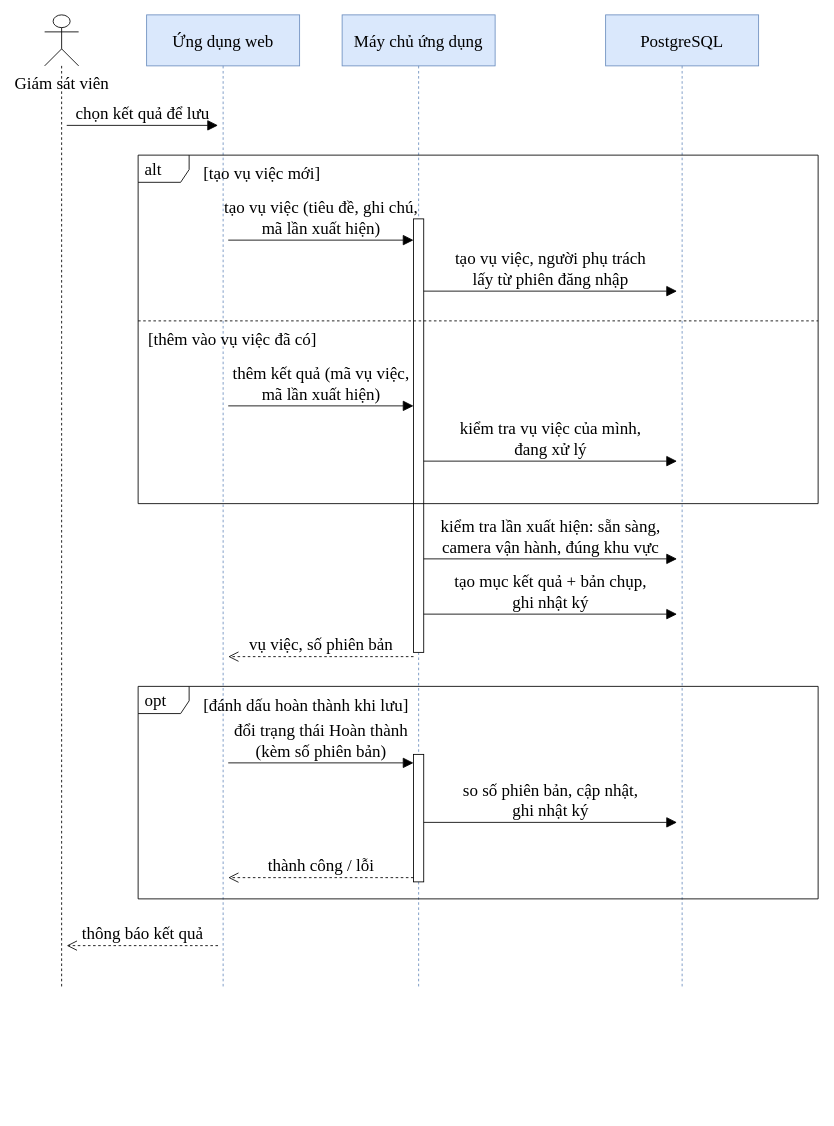
Earlier version of the draw.io diagram report/thesis/figures/H5-tuan-tu-vu-viec.drawio (huy-nguyencong/capstone_project_new). Source tidied: cells renumbered, new cells numbered last; positions are measured from the earlier drawing's top-left corner, leaving out a move shared by most shapes. Both pictures are drawn from the tidied source at 85%, with x=0, y=0 at pixel (44, 14).
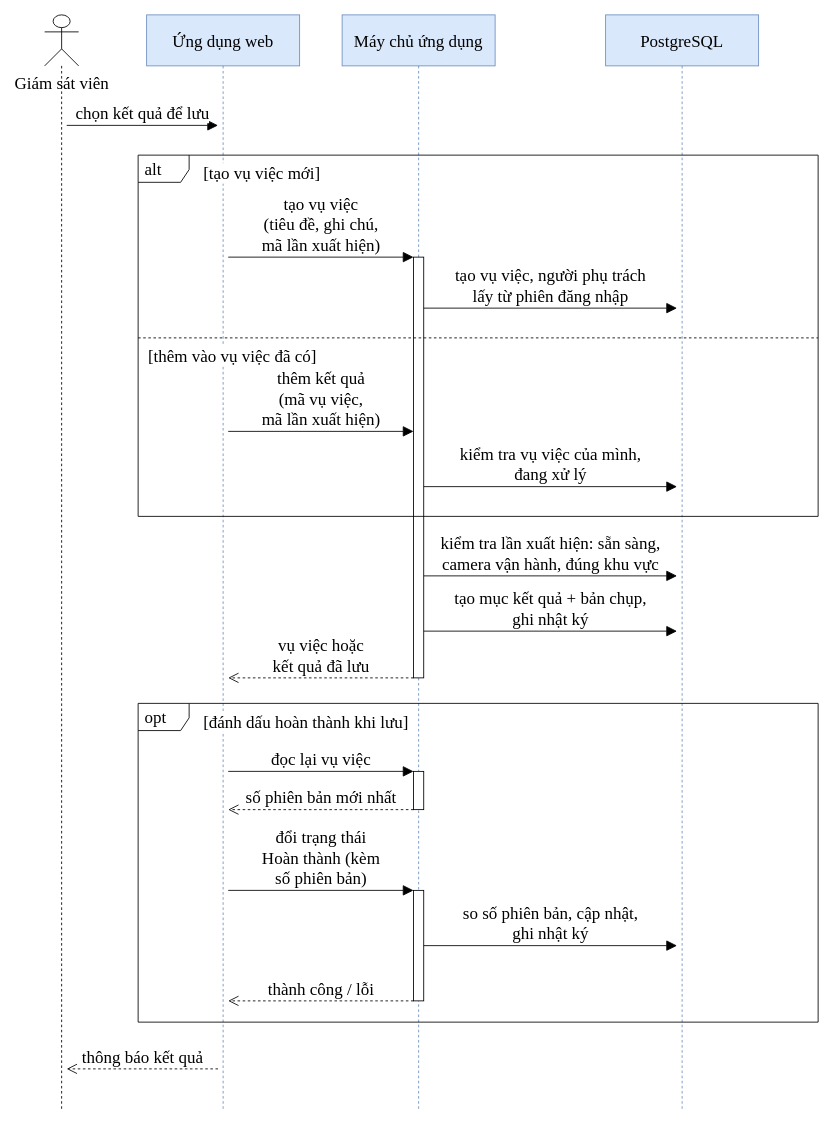
Above is the later version.

Diff of the diagram source:
```diff
@@
     <mxCell id="2" value="Giám sát viên" style="shape=umlLifeline;participant=umlActor;perimeter=lifelinePerimeter;html=1;verticalAlign=top;spacingTop=62;whiteSpace=nowrap;size=60;fontFamily=Times New Roman;fontSize=20;" parent="1" vertex="1">
-      <mxGeometry width="40" height="1145" as="geometry" />
+      <mxGeometry width="40" height="1290" as="geometry" />
     </mxCell>
     <mxCell id="3" value="Ứng dụng web" style="shape=umlLifeline;perimeter=lifelinePerimeter;whiteSpace=wrap;html=1;fillColor=#DAE8FC;strokeColor=#6C8EBF;size=60;fontFamily=Times New Roman;fontSize=20;" parent="1" vertex="1">
-      <mxGeometry x="120" width="180" height="1145" as="geometry" />
+      <mxGeometry x="120" width="180" height="1290" as="geometry" />
     </mxCell>
     <mxCell id="4" value="Máy chủ ứng dụng" style="shape=umlLifeline;perimeter=lifelinePerimeter;whiteSpace=wrap;html=1;fillColor=#DAE8FC;strokeColor=#6C8EBF;size=60;fontFamily=Times New Roman;fontSize=20;" parent="1" vertex="1">
-      <mxGeometry x="350" width="180" height="1145" as="geometry" />
+      <mxGeometry x="350" width="180" height="1290" as="geometry" />
     </mxCell>
     <mxCell id="5" value="PostgreSQL" style="shape=umlLifeline;perimeter=lifelinePerimeter;whiteSpace=wrap;html=1;fillColor=#DAE8FC;strokeColor=#6C8EBF;size=60;fontFamily=Times New Roman;fontSize=20;" parent="1" vertex="1">
-      <mxGeometry x="660" width="180" height="1145" as="geometry" />
+      <mxGeometry x="660" width="180" height="1290" as="geometry" />
     </mxCell>
     <mxCell id="6" style="html=1;perimeter=orthogonalPerimeter;fillColor=#ffffff;fontFamily=Times New Roman;fontSize=20;" parent="1" vertex="1">
-      <mxGeometry x="434" y="240" width="12" height="510" as="geometry" />
+      <mxGeometry x="434" y="285" width="12" height="495" as="geometry" />
     </mxCell>
     <mxCell id="7" style="html=1;perimeter=orthogonalPerimeter;fillColor=#ffffff;fontFamily=Times New Roman;fontSize=20;" parent="1" vertex="1">
-      <mxGeometry x="434" y="870" width="12" height="150" as="geometry" />
+      <mxGeometry x="434" y="890" width="12" height="45" as="geometry" />
     </mxCell>
+    <mxCell id="26" style="html=1;perimeter=orthogonalPerimeter;fillColor=#ffffff;fontFamily=Times New Roman;fontSize=20;" parent="1" vertex="1">
+      <mxGeometry x="434" y="1030" width="12" height="130" as="geometry" />
+    </mxCell>
-    <mxCell id="8" value="chọn kết quả để lưu" style="html=1;verticalAlign=bottom;labelBackgroundColor=none;rounded=0;endArrow=block;endFill=1;endSize=10;fontFamily=Times New Roman;fontSize=20;" parent="1" edge="1">
+    <mxCell id="8" value="chọn kết quả để lưu" style="html=1;verticalAlign=bottom;labelBackgroundColor=#ffffff;rounded=0;endArrow=block;endFill=1;endSize=10;fontFamily=Times New Roman;fontSize=20;" parent="1" edge="1">
       <mxGeometry relative="1" as="geometry">
         <mxPoint x="26" y="130" as="sourcePoint" />
         <mxPoint x="204" y="130" as="targetPoint" />
       </mxGeometry>
     </mxCell>
     <mxCell id="9" value="alt" style="shape=umlFrame;whiteSpace=wrap;html=1;width=60;height=32;boundedLbl=1;verticalAlign=middle;align=left;spacingLeft=6;fillColor=none;fontFamily=Times New Roman;fontSize=20;" parent="1" vertex="1">
-      <mxGeometry x="110" y="165" width="800" height="410" as="geometry" />
+      <mxGeometry x="110" y="165" width="800" height="425" as="geometry" />
     </mxCell>
-    <mxCell id="10" value="[tạo vụ việc mới]" style="text;html=1;align=left;verticalAlign=top;fontFamily=Times New Roman;fontSize=20;" parent="1" vertex="1">
+    <mxCell id="10" value="[tạo vụ việc mới]" style="text;html=1;align=left;verticalAlign=top;labelBackgroundColor=#ffffff;fontFamily=Times New Roman;fontSize=20;" parent="1" vertex="1">
       <mxGeometry x="185" y="168" width="330" height="32" as="geometry" />
     </mxCell>
-    <mxCell id="11" value="tạo vụ việc (tiêu đề, ghi chú,&lt;br&gt;mã lần xuất hiện)" style="html=1;verticalAlign=bottom;labelBackgroundColor=none;rounded=0;endArrow=block;endFill=1;endSize=10;fontFamily=Times New Roman;fontSize=20;" parent="1" edge="1">
+    <mxCell id="11" value="tạo vụ việc&lt;br&gt;(tiêu đề, ghi chú,&lt;br&gt;mã lần xuất hiện)" style="html=1;verticalAlign=bottom;labelBackgroundColor=#ffffff;rounded=0;endArrow=block;endFill=1;endSize=10;fontFamily=Times New Roman;fontSize=20;" parent="1" edge="1">
       <mxGeometry relative="1" as="geometry">
-        <mxPoint x="216" y="265" as="sourcePoint" />
-        <mxPoint x="434" y="265" as="targetPoint" />
+        <mxPoint x="216" y="285" as="sourcePoint" />
+        <mxPoint x="434" y="285" as="targetPoint" />
       </mxGeometry>
     </mxCell>
-    <mxCell id="12" value="tạo vụ việc, người phụ trách&lt;br&gt;lấy từ phiên đăng nhập" style="html=1;verticalAlign=bottom;labelBackgroundColor=none;rounded=0;endArrow=block;endFill=1;endSize=10;fontFamily=Times New Roman;fontSize=20;" parent="1" edge="1">
+    <mxCell id="12" value="tạo vụ việc, người phụ trách&lt;br&gt;lấy từ phiên đăng nhập" style="html=1;verticalAlign=bottom;labelBackgroundColor=#ffffff;rounded=0;endArrow=block;endFill=1;endSize=10;fontFamily=Times New Roman;fontSize=20;" parent="1" edge="1">
       <mxGeometry relative="1" as="geometry">
-        <mxPoint x="446" y="325" as="sourcePoint" />
-        <mxPoint x="744" y="325" as="targetPoint" />
+        <mxPoint x="446" y="345" as="sourcePoint" />
+        <mxPoint x="744" y="345" as="targetPoint" />
       </mxGeometry>
     </mxCell>
     <mxCell id="13" style="endArrow=none;dashed=1;html=1;rounded=0;fontFamily=Times New Roman;fontSize=20;" parent="1" edge="1">
       <mxGeometry relative="1" as="geometry">
-        <mxPoint x="110" y="360" as="sourcePoint" />
-        <mxPoint x="910" y="360" as="targetPoint" />
+        <mxPoint x="110" y="380" as="sourcePoint" />
+        <mxPoint x="910" y="380" as="targetPoint" />
       </mxGeometry>
     </mxCell>
-    <mxCell id="14" value="[thêm vào vụ việc đã có]" style="text;html=1;align=left;verticalAlign=top;fontFamily=Times New Roman;fontSize=20;" parent="1" vertex="1">
-      <mxGeometry x="120" y="363" width="330" height="32" as="geometry" />
+    <mxCell id="14" value="[thêm vào vụ việc đã có]" style="text;html=1;align=left;verticalAlign=top;labelBackgroundColor=#ffffff;fontFamily=Times New Roman;fontSize=20;" parent="1" vertex="1">
+      <mxGeometry x="120" y="383" width="330" height="32" as="geometry" />
     </mxCell>
-    <mxCell id="15" value="thêm kết quả (mã vụ việc,&lt;br&gt;mã lần xuất hiện)" style="html=1;verticalAlign=bottom;labelBackgroundColor=none;rounded=0;endArrow=block;endFill=1;endSize=10;fontFamily=Times New Roman;fontSize=20;" parent="1" edge="1">
+    <mxCell id="15" value="thêm kết quả&lt;br&gt;(mã vụ việc,&lt;br&gt;mã lần xuất hiện)" style="html=1;verticalAlign=bottom;labelBackgroundColor=#ffffff;rounded=0;endArrow=block;endFill=1;endSize=10;fontFamily=Times New Roman;fontSize=20;" parent="1" edge="1">
       <mxGeometry relative="1" as="geometry">
-        <mxPoint x="216" y="460" as="sourcePoint" />
-        <mxPoint x="434" y="460" as="targetPoint" />
+        <mxPoint x="216" y="490" as="sourcePoint" />
+        <mxPoint x="434" y="490" as="targetPoint" />
       </mxGeometry>
     </mxCell>
-    <mxCell id="16" value="kiểm tra vụ việc của mình,&lt;br&gt;đang xử lý" style="html=1;verticalAlign=bottom;labelBackgroundColor=none;rounded=0;endArrow=block;endFill=1;endSize=10;fontFamily=Times New Roman;fontSize=20;" parent="1" edge="1">
+    <mxCell id="16" value="kiểm tra vụ việc của mình,&lt;br&gt;đang xử lý" style="html=1;verticalAlign=bottom;labelBackgroundColor=#ffffff;rounded=0;endArrow=block;endFill=1;endSize=10;fontFamily=Times New Roman;fontSize=20;" parent="1" edge="1">
       <mxGeometry relative="1" as="geometry">
-        <mxPoint x="446" y="525" as="sourcePoint" />
-        <mxPoint x="744" y="525" as="targetPoint" />
+        <mxPoint x="446" y="555" as="sourcePoint" />
+        <mxPoint x="744" y="555" as="targetPoint" />
       </mxGeometry>
     </mxCell>
-    <mxCell id="17" value="kiểm tra lần xuất hiện: sẵn sàng,&lt;br&gt;camera vận hành, đúng khu vực" style="html=1;verticalAlign=bottom;labelBackgroundColor=none;rounded=0;endArrow=block;endFill=1;endSize=10;fontFamily=Times New Roman;fontSize=20;" parent="1" edge="1">
+    <mxCell id="17" value="kiểm tra lần xuất hiện: sẵn sàng,&lt;br&gt;camera vận hành, đúng khu vực" style="html=1;verticalAlign=bottom;labelBackgroundColor=#ffffff;rounded=0;endArrow=block;endFill=1;endSize=10;fontFamily=Times New Roman;fontSize=20;" parent="1" edge="1">
       <mxGeometry relative="1" as="geometry">
-        <mxPoint x="446" y="640" as="sourcePoint" />
-        <mxPoint x="744" y="640" as="targetPoint" />
+        <mxPoint x="446" y="660" as="sourcePoint" />
+        <mxPoint x="744" y="660" as="targetPoint" />
       </mxGeometry>
     </mxCell>
-    <mxCell id="18" value="tạo mục kết quả + bản chụp,&lt;br&gt;ghi nhật ký" style="html=1;verticalAlign=bottom;labelBackgroundColor=none;rounded=0;endArrow=block;endFill=1;endSize=10;fontFamily=Times New Roman;fontSize=20;" parent="1" edge="1">
+    <mxCell id="18" value="tạo mục kết quả + bản chụp,&lt;br&gt;ghi nhật ký" style="html=1;verticalAlign=bottom;labelBackgroundColor=#ffffff;rounded=0;endArrow=block;endFill=1;endSize=10;fontFamily=Times New Roman;fontSize=20;" parent="1" edge="1">
       <mxGeometry relative="1" as="geometry">
-        <mxPoint x="446" y="705" as="sourcePoint" />
-        <mxPoint x="744" y="705" as="targetPoint" />
+        <mxPoint x="446" y="725" as="sourcePoint" />
+        <mxPoint x="744" y="725" as="targetPoint" />
       </mxGeometry>
     </mxCell>
-    <mxCell id="19" value="vụ việc, số phiên bản" style="html=1;verticalAlign=bottom;labelBackgroundColor=none;rounded=0;dashed=1;endArrow=open;endSize=10;fontFamily=Times New Roman;fontSize=20;" parent="1" edge="1">
+    <mxCell id="19" value="vụ việc hoặc&lt;br&gt;kết quả đã lưu" style="html=1;verticalAlign=bottom;labelBackgroundColor=#ffffff;rounded=0;dashed=1;endArrow=open;endSize=10;fontFamily=Times New Roman;fontSize=20;" parent="1" edge="1">
       <mxGeometry relative="1" as="geometry">
-        <mxPoint x="434" y="755" as="sourcePoint" />
-        <mxPoint x="216" y="755" as="targetPoint" />
+        <mxPoint x="434" y="780" as="sourcePoint" />
+        <mxPoint x="216" y="780" as="targetPoint" />
       </mxGeometry>
     </mxCell>
     <mxCell id="20" value="opt" style="shape=umlFrame;whiteSpace=wrap;html=1;width=60;height=32;boundedLbl=1;verticalAlign=middle;align=left;spacingLeft=6;fillColor=none;fontFamily=Times New Roman;fontSize=20;" parent="1" vertex="1">
-      <mxGeometry x="110" y="790" width="800" height="250" as="geometry" />
+      <mxGeometry x="110" y="810" width="800" height="375" as="geometry" />
     </mxCell>
-    <mxCell id="21" value="[đánh dấu hoàn thành khi lưu]" style="text;html=1;align=left;verticalAlign=top;fontFamily=Times New Roman;fontSize=20;" parent="1" vertex="1">
-      <mxGeometry x="185" y="793" width="330" height="32" as="geometry" />
+    <mxCell id="21" value="[đánh dấu hoàn thành khi lưu]" style="text;html=1;align=left;verticalAlign=top;labelBackgroundColor=#ffffff;fontFamily=Times New Roman;fontSize=20;" parent="1" vertex="1">
+      <mxGeometry x="185" y="813" width="330" height="32" as="geometry" />
     </mxCell>
-    <mxCell id="22" value="đổi trạng thái Hoàn thành&lt;br&gt;(kèm số phiên bản)" style="html=1;verticalAlign=bottom;labelBackgroundColor=none;rounded=0;endArrow=block;endFill=1;endSize=10;fontFamily=Times New Roman;fontSize=20;" parent="1" edge="1">
+    <mxCell id="22" value="đọc lại vụ việc" style="html=1;verticalAlign=bottom;labelBackgroundColor=#ffffff;rounded=0;endArrow=block;endFill=1;endSize=10;fontFamily=Times New Roman;fontSize=20;" parent="1" edge="1">
       <mxGeometry relative="1" as="geometry">
-        <mxPoint x="216" y="880" as="sourcePoint" />
-        <mxPoint x="434" y="880" as="targetPoint" />
+        <mxPoint x="216" y="890" as="sourcePoint" />
+        <mxPoint x="434" y="890" as="targetPoint" />
       </mxGeometry>
     </mxCell>
-    <mxCell id="23" value="so số phiên bản, cập nhật,&lt;br&gt;ghi nhật ký" style="html=1;verticalAlign=bottom;labelBackgroundColor=none;rounded=0;endArrow=block;endFill=1;endSize=10;fontFamily=Times New Roman;fontSize=20;" parent="1" edge="1">
+    <mxCell id="23" value="số phiên bản mới nhất" style="html=1;verticalAlign=bottom;labelBackgroundColor=#ffffff;rounded=0;dashed=1;endArrow=open;endSize=10;fontFamily=Times New Roman;fontSize=20;" parent="1" edge="1">
       <mxGeometry relative="1" as="geometry">
-        <mxPoint x="446" y="950" as="sourcePoint" />
-        <mxPoint x="744" y="950" as="targetPoint" />
+        <mxPoint x="434" y="935" as="sourcePoint" />
+        <mxPoint x="216" y="935" as="targetPoint" />
       </mxGeometry>
     </mxCell>
-    <mxCell id="24" value="thành công / lỗi" style="html=1;verticalAlign=bottom;labelBackgroundColor=none;rounded=0;dashed=1;endArrow=open;endSize=10;fontFamily=Times New Roman;fontSize=20;" parent="1" edge="1">
+    <mxCell id="24" value="đổi trạng thái&lt;br&gt;Hoàn thành (kèm&lt;br&gt;số phiên bản)" style="html=1;verticalAlign=bottom;labelBackgroundColor=#ffffff;rounded=0;endArrow=block;endFill=1;endSize=10;fontFamily=Times New Roman;fontSize=20;" parent="1" edge="1">
       <mxGeometry relative="1" as="geometry">
-        <mxPoint x="434" y="1015" as="sourcePoint" />
-        <mxPoint x="216" y="1015" as="targetPoint" />
+        <mxPoint x="216" y="1030" as="sourcePoint" />
+        <mxPoint x="434" y="1030" as="targetPoint" />
       </mxGeometry>
     </mxCell>
-    <mxCell id="25" value="thông báo kết quả" style="html=1;verticalAlign=bottom;labelBackgroundColor=none;rounded=0;dashed=1;endArrow=open;endSize=10;fontFamily=Times New Roman;fontSize=20;" parent="1" edge="1">
+    <mxCell id="25" value="so số phiên bản, cập nhật,&lt;br&gt;ghi nhật ký" style="html=1;verticalAlign=bottom;labelBackgroundColor=#ffffff;rounded=0;endArrow=block;endFill=1;endSize=10;fontFamily=Times New Roman;fontSize=20;" parent="1" edge="1">
       <mxGeometry relative="1" as="geometry">
-        <mxPoint x="204" y="1095" as="sourcePoint" />
-        <mxPoint x="26" y="1095" as="targetPoint" />
+        <mxPoint x="446" y="1095" as="sourcePoint" />
+        <mxPoint x="744" y="1095" as="targetPoint" />
       </mxGeometry>
     </mxCell>
+    <mxCell id="27" value="thành công / lỗi" style="html=1;verticalAlign=bottom;labelBackgroundColor=#ffffff;rounded=0;dashed=1;endArrow=open;endSize=10;fontFamily=Times New Roman;fontSize=20;" parent="1" edge="1">
+      <mxGeometry relative="1" as="geometry">
+        <mxPoint x="434" y="1160" as="sourcePoint" />
+        <mxPoint x="216" y="1160" as="targetPoint" />
+      </mxGeometry>
+    </mxCell>
+    <mxCell id="28" value="thông báo kết quả" style="html=1;verticalAlign=bottom;labelBackgroundColor=#ffffff;rounded=0;dashed=1;endArrow=open;endSize=10;fontFamily=Times New Roman;fontSize=20;" parent="1" edge="1">
+      <mxGeometry relative="1" as="geometry">
+        <mxPoint x="204" y="1240" as="sourcePoint" />
+        <mxPoint x="26" y="1240" as="targetPoint" />
+      </mxGeometry>
+    </mxCell>
```
